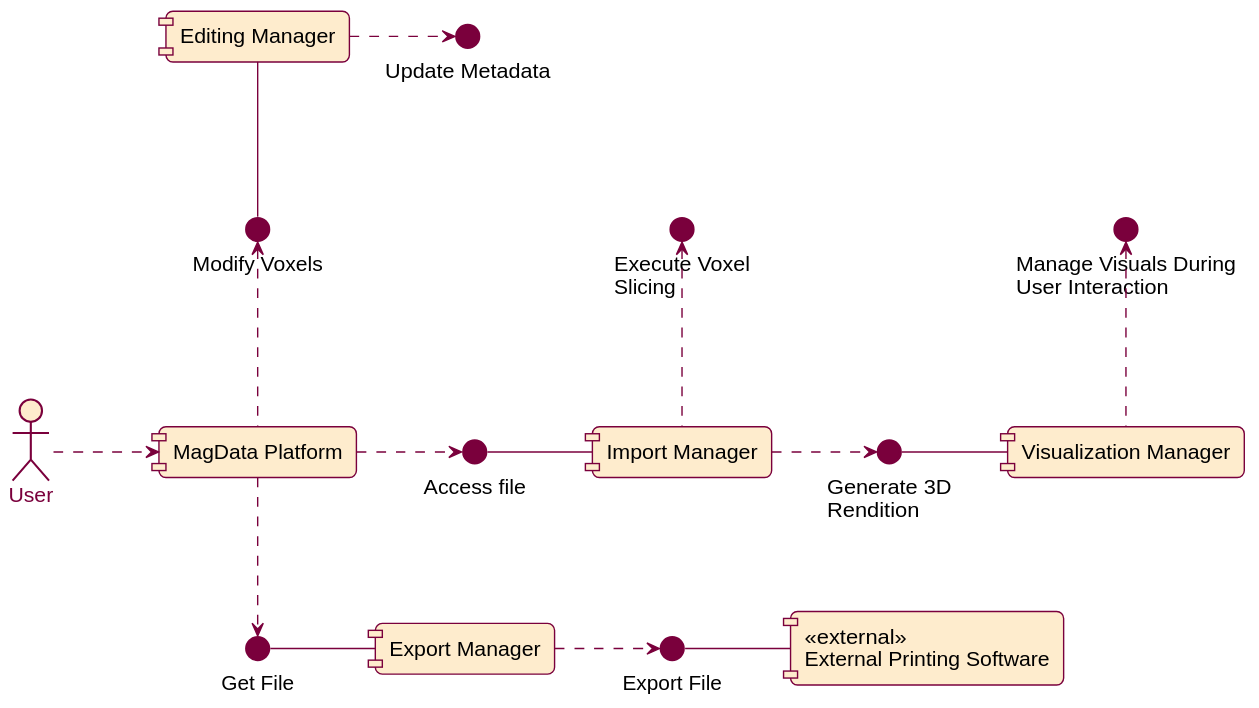
This is docs/SRS-Meyer/requirements/models/components.svg from OmarHassanAdelhamid/Five-of-a-Kind-capstone-project-, a PlantUML export, as it was before one commit.
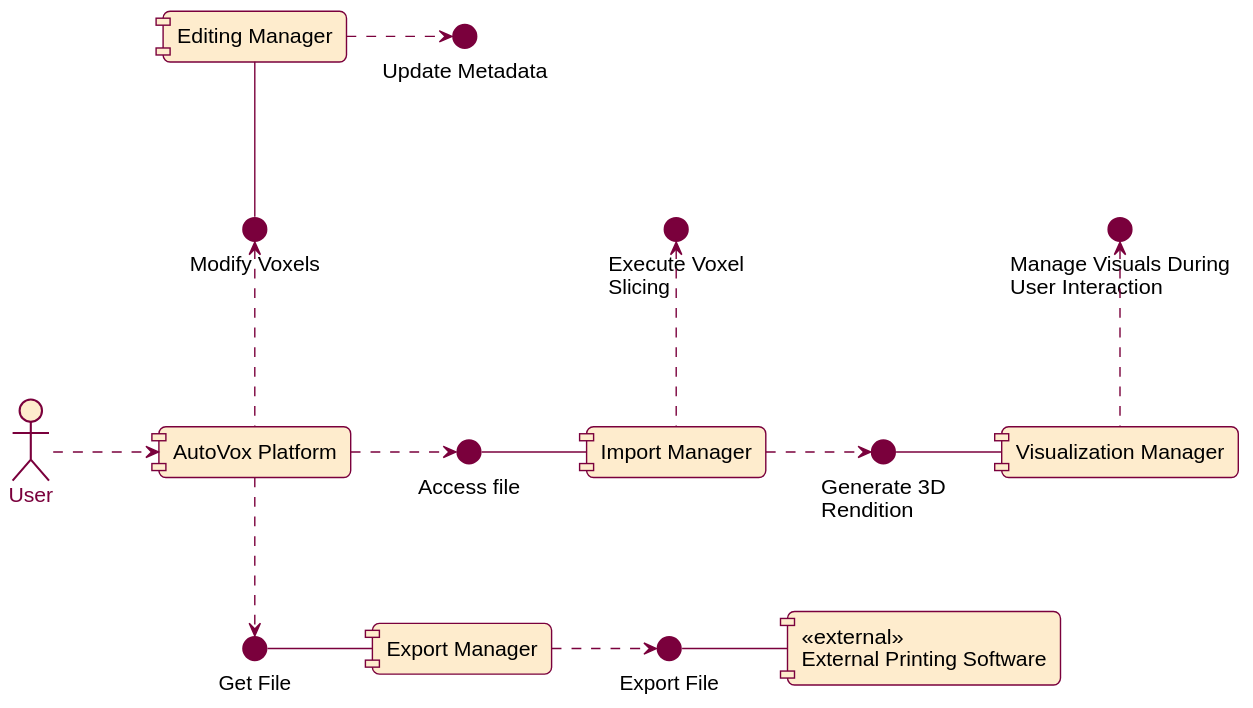
The same file after the commit.

Diff of the diagram source:
```diff
@@ -54,7 +54,7 @@
 }
 
 
-[MagData Platform] as MP
+[AutoVox Platform] as MP
 [Import Manager] as SM
 [Visualization Manager] as IM
 [Editing Manager] as MM
```
